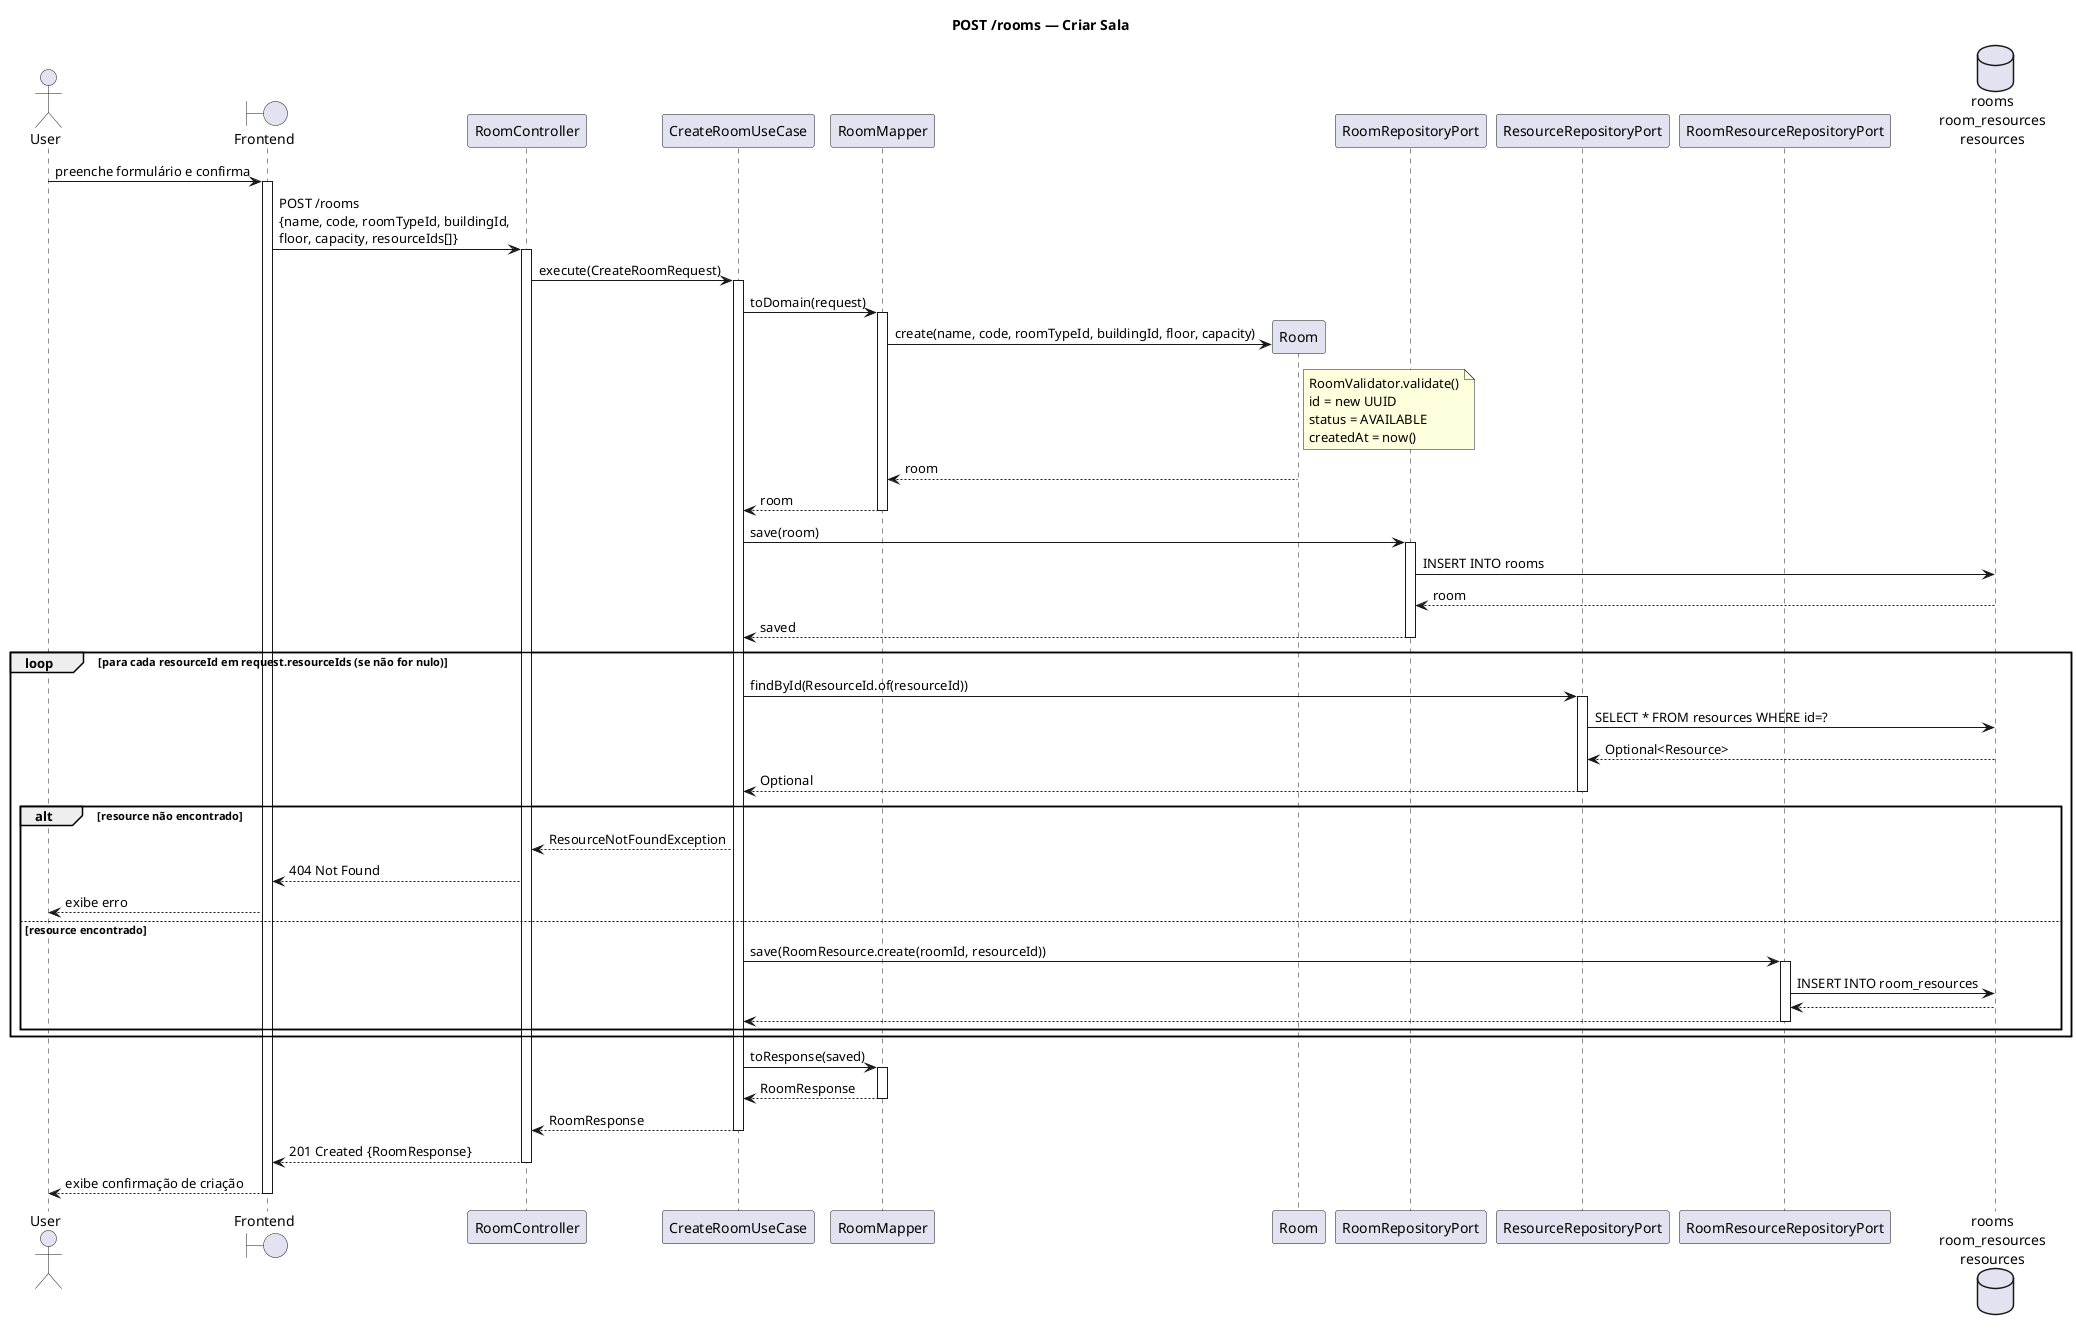
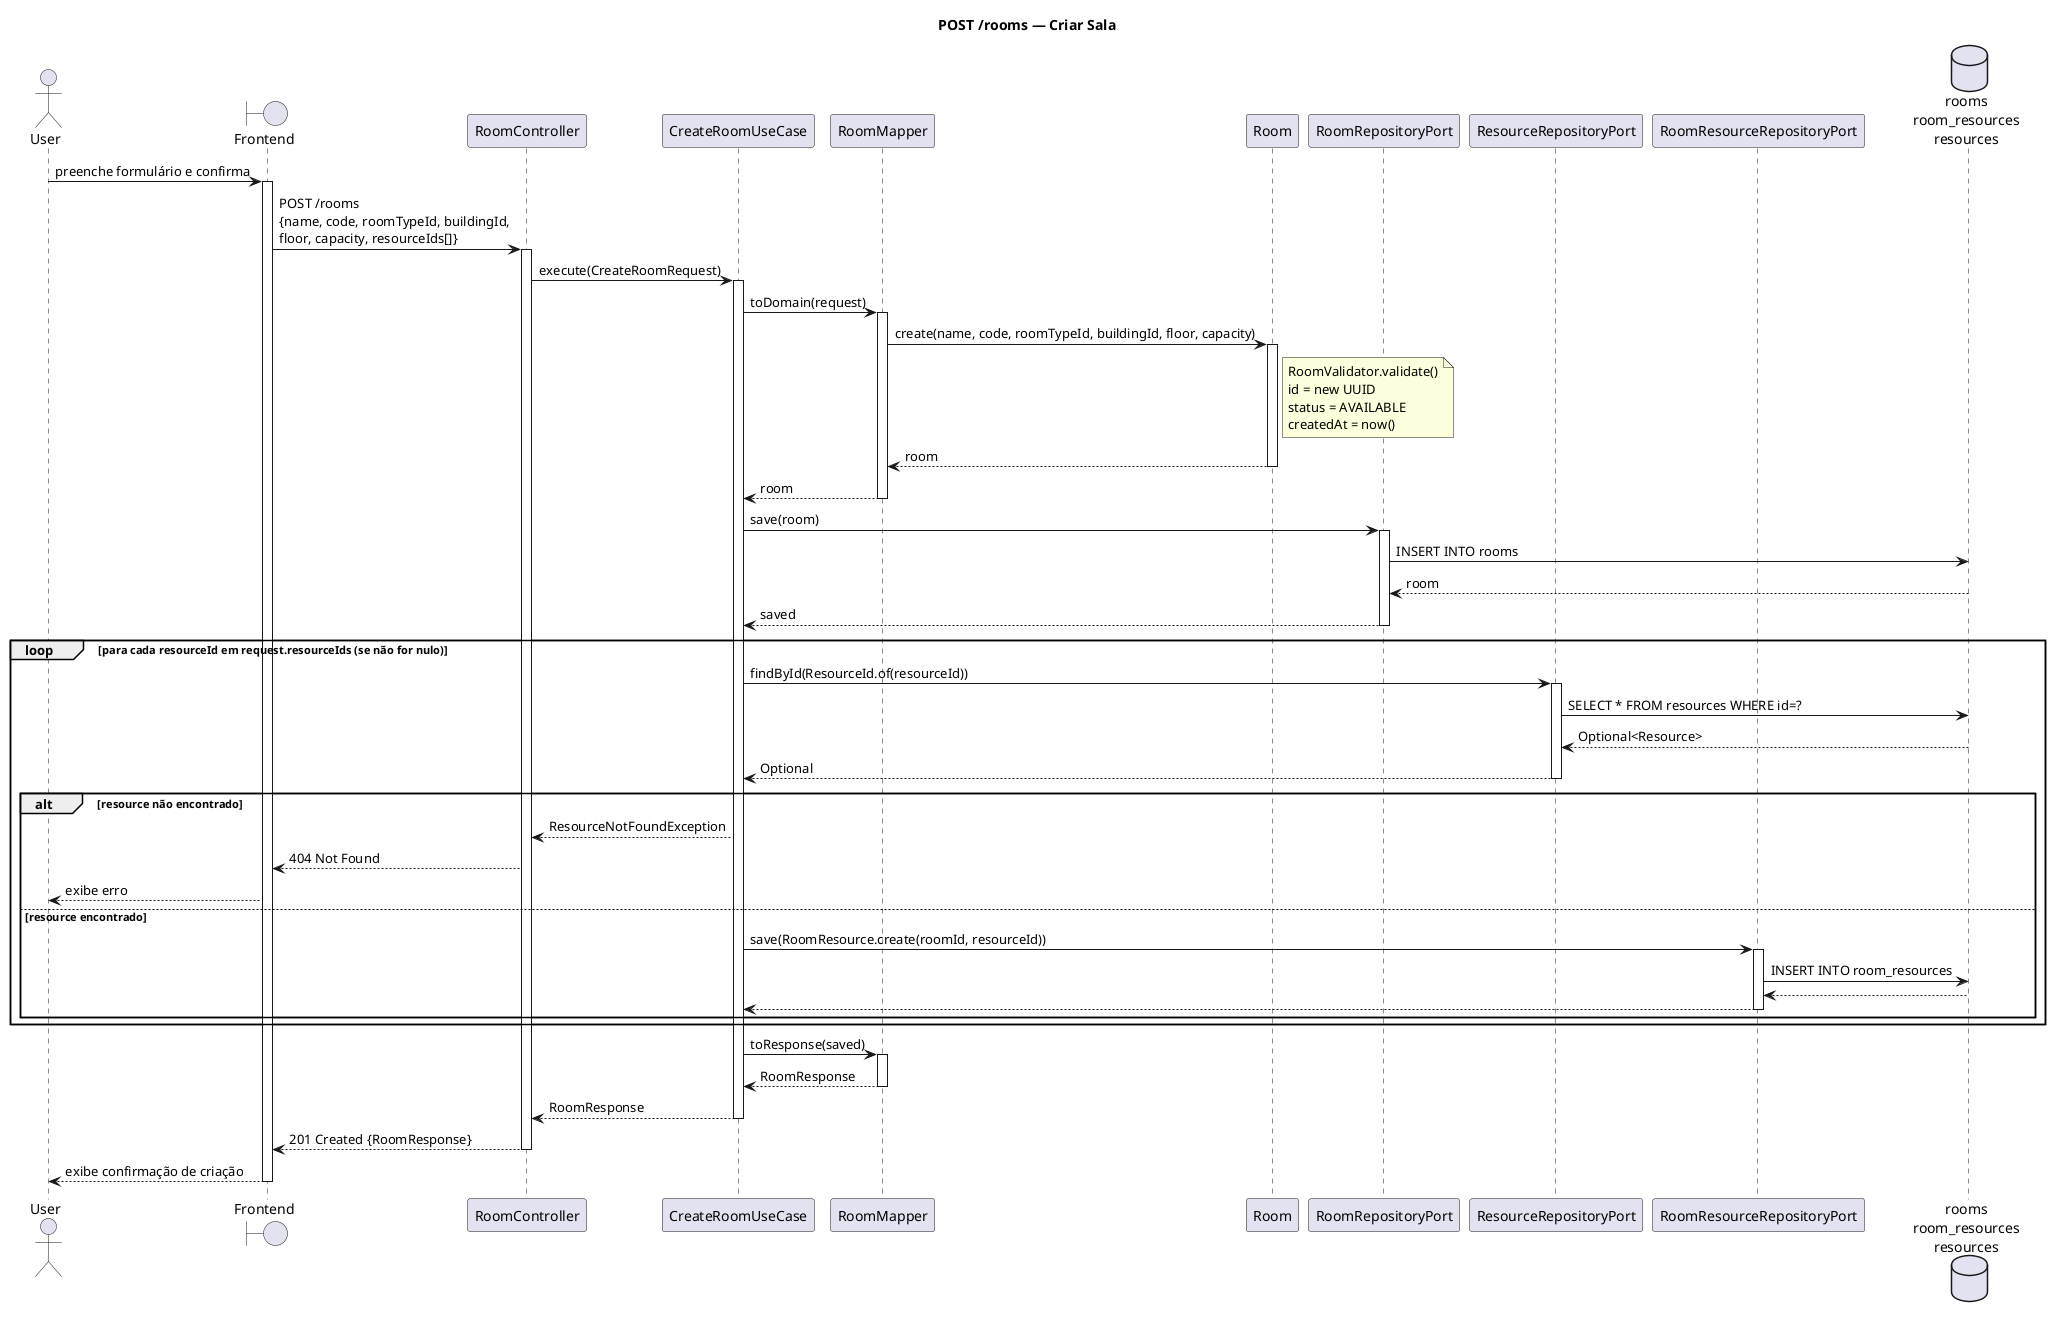
@startuml create_room

title POST /rooms — Criar Sala

actor User
boundary "Frontend" as FE
participant "RoomController" as Ctrl
participant "CreateRoomUseCase" as UC
participant "RoomMapper" as Mapper
participant "Room" as Entity
participant "RoomRepositoryPort" as RoomRepo
participant "ResourceRepositoryPort" as ResRepo
participant "RoomResourceRepositoryPort" as RRRepo
database "rooms\nroom_resources\nresources" as DB

User -> FE: preenche formulário e confirma
activate FE
FE -> Ctrl: POST /rooms\n{name, code, roomTypeId, buildingId,\nfloor, capacity, resourceIds[]}
activate Ctrl

Ctrl -> UC: execute(CreateRoomRequest)
activate UC

UC -> Mapper: toDomain(request)
activate Mapper
- Mapper -> Entity **: create(name, code, roomTypeId, buildingId, floor, capacity)
+ Mapper -> Entity: create(name, code, roomTypeId, buildingId, floor, capacity)
+ activate Entity
note right of Entity: RoomValidator.validate()\nid = new UUID\nstatus = AVAILABLE\ncreatedAt = now()
Entity --> Mapper: room
+ deactivate Entity
Mapper --> UC: room
deactivate Mapper

UC -> RoomRepo: save(room)
activate RoomRepo
RoomRepo -> DB: INSERT INTO rooms
DB --> RoomRepo: room
RoomRepo --> UC: saved
deactivate RoomRepo

loop para cada resourceId em request.resourceIds (se não for nulo)
  UC -> ResRepo: findById(ResourceId.of(resourceId))
  activate ResRepo
  ResRepo -> DB: SELECT * FROM resources WHERE id=?
  DB --> ResRepo: Optional<Resource>
  ResRepo --> UC: Optional
  deactivate ResRepo

  alt resource não encontrado
    UC --> Ctrl: ResourceNotFoundException
    Ctrl --> FE: 404 Not Found
    FE --> User: exibe erro
  else resource encontrado
    UC -> RRRepo: save(RoomResource.create(roomId, resourceId))
    activate RRRepo
    RRRepo -> DB: INSERT INTO room_resources
    DB --> RRRepo:
    RRRepo --> UC:
    deactivate RRRepo
  end
end

UC -> Mapper: toResponse(saved)
activate Mapper
Mapper --> UC: RoomResponse
deactivate Mapper

UC --> Ctrl: RoomResponse
deactivate UC
Ctrl --> FE: 201 Created {RoomResponse}
deactivate Ctrl
FE --> User: exibe confirmação de criação
deactivate FE

@enduml
